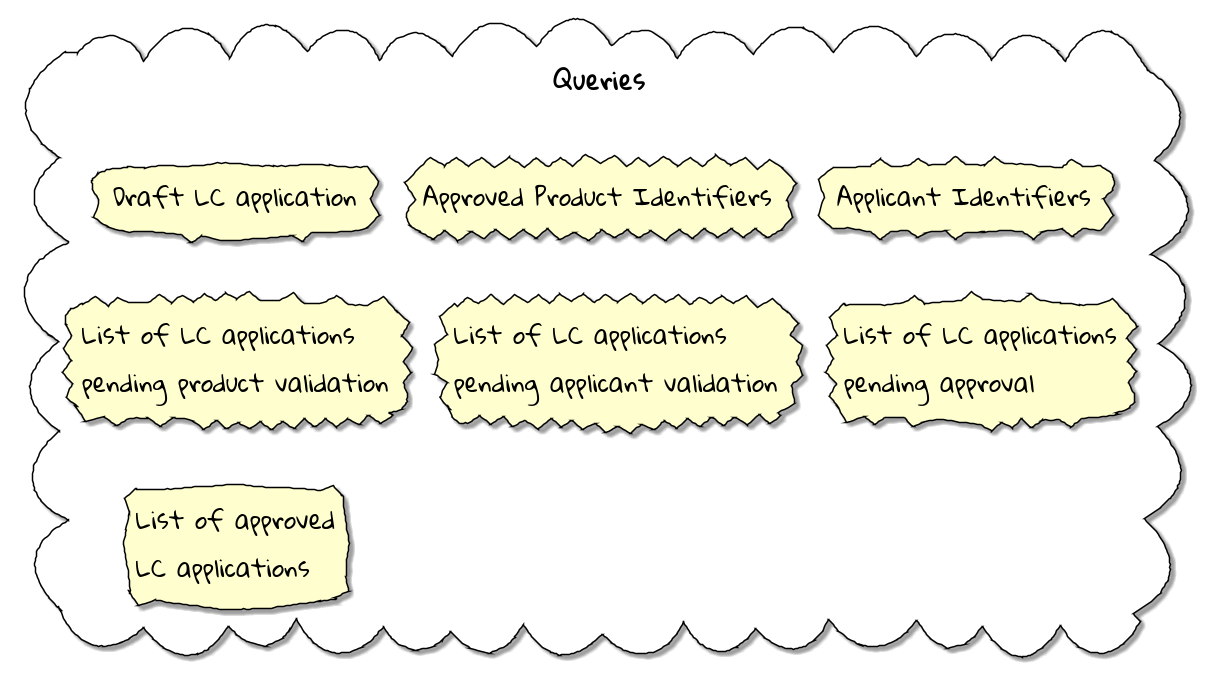
The PlantUML diagram images/potential-commands.png in ddd-book-java/prem-website, before a commit.
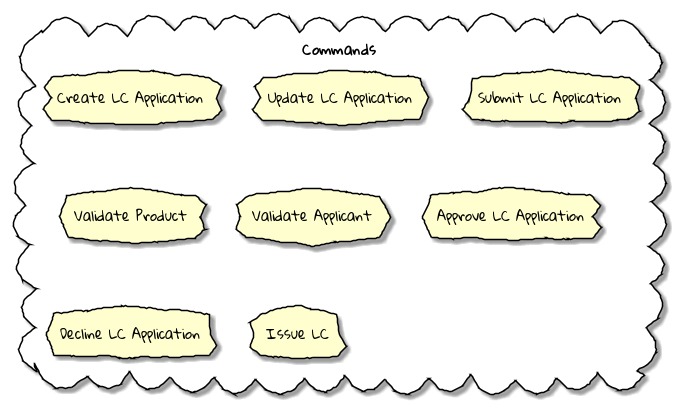
Later version of the same file.

Diff of the diagram source:
```diff
@@ -1,14 +1,14 @@
 @startuml
 skinparam handwritten true
 skinparam CloudFontName "Gloria Hallelujah"
-skinparam CloudFontSize 24
-cloud "Queries\n" {
-    cloud "Draft LC application"
-    cloud "Approved Product Identifiers"
-    cloud "Applicant Identifiers"
-    cloud "List of LC applications\npending product validation"
-    cloud "List of LC applications\npending applicant validation"
-    cloud "List of LC applications\npending approval"
-    cloud "List of approved\nLC applications"
+cloud Commands {
+    cloud "Create LC Application"
+    cloud "Update LC Application"
+    cloud "Submit LC Application"
+    cloud "Validate Product"
+    cloud "Validate Applicant"
+    cloud "Approve LC Application"
+    cloud "Decline LC Application"
+    cloud "Issue LC"
 }
 @enduml
```
